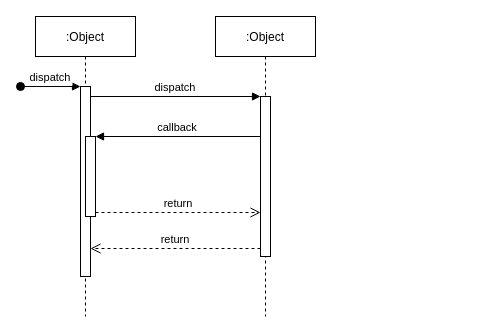
Earlier version of the draw.io diagram 未命名绘图.drawio (mawenke321/pythonTraining1). Source tidied: cells renumbered, new cells numbered last; positions are measured from the earlier drawing's top-left corner, leaving out a move shared by most shapes. Both pictures are drawn from the tidied source at 100%, with x=0, y=0 at pixel (20, 16).
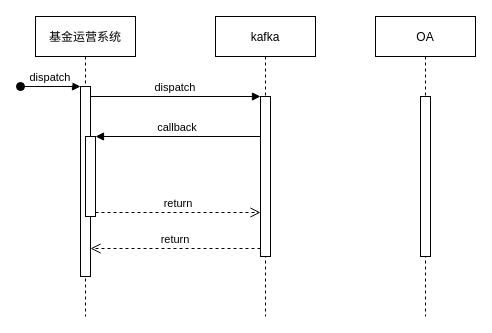
Above is the later version.

Diff of the diagram source:
```diff
@@
 <mxGraphModel>
   <root>
     <mxCell id="0" />
     <mxCell id="1" parent="0" />
-    <mxCell id="2" value=":Object" style="shape=umlLifeline;perimeter=lifelinePerimeter;rounded=0;shadow=0;strokeWidth=1;" parent="1" vertex="1">
+    <mxCell id="2" value="基金运营系统" style="shape=umlLifeline;perimeter=lifelinePerimeter;rounded=0;shadow=0;strokeWidth=1;" parent="1" vertex="1">
       <mxGeometry x="15" width="100" height="300" as="geometry" />
     </mxCell>
     <mxCell id="3" style="points=[];perimeter=orthogonalPerimeter;rounded=0;shadow=0;strokeWidth=1;" parent="2" vertex="1">
       <mxGeometry x="45" y="70" width="10" height="190" as="geometry" />
     </mxCell>
     <mxCell id="4" value="dispatch" style="verticalAlign=bottom;startArrow=oval;endArrow=block;startSize=8;shadow=0;strokeWidth=1;" parent="2" edge="1" target="3">
       <mxGeometry relative="1" as="geometry">
         <mxPoint x="-15" y="70" as="sourcePoint" />
       </mxGeometry>
     </mxCell>
     <mxCell id="5" style="points=[];perimeter=orthogonalPerimeter;rounded=0;shadow=0;strokeWidth=1;" parent="2" vertex="1">
       <mxGeometry x="50" y="120" width="10" height="80" as="geometry" />
     </mxCell>
-    <mxCell id="6" value=":Object" style="shape=umlLifeline;perimeter=lifelinePerimeter;rounded=0;shadow=0;strokeWidth=1;" parent="1" vertex="1">
+    <mxCell id="6" value="kafka" style="shape=umlLifeline;perimeter=lifelinePerimeter;rounded=0;shadow=0;strokeWidth=1;" parent="1" vertex="1">
       <mxGeometry x="195" width="100" height="300" as="geometry" />
     </mxCell>
     <mxCell id="7" style="points=[];perimeter=orthogonalPerimeter;rounded=0;shadow=0;strokeWidth=1;" parent="6" vertex="1">
       <mxGeometry x="45" y="80" width="10" height="160" as="geometry" />
     </mxCell>
     <mxCell id="8" value="return" style="verticalAlign=bottom;endArrow=open;dashed=1;endSize=8;exitX=0;exitY=0.95;shadow=0;strokeWidth=1;" parent="1" edge="1" source="7" target="3">
       <mxGeometry relative="1" as="geometry" />
     </mxCell>
     <mxCell id="9" value="dispatch" style="verticalAlign=bottom;endArrow=block;entryX=0;entryY=0;shadow=0;strokeWidth=1;" parent="1" edge="1" source="3" target="7">
       <mxGeometry relative="1" as="geometry" />
     </mxCell>
     <mxCell id="10" value="callback" style="verticalAlign=bottom;endArrow=block;entryX=1;entryY=0;shadow=0;strokeWidth=1;" parent="1" edge="1" source="7" target="5">
       <mxGeometry relative="1" as="geometry" />
     </mxCell>
     <mxCell id="11" value="return" style="verticalAlign=bottom;endArrow=open;dashed=1;endSize=8;exitX=1;exitY=0.95;shadow=0;strokeWidth=1;" parent="1" edge="1" source="5" target="7">
       <mxGeometry relative="1" as="geometry" />
     </mxCell>
+    <mxCell id="12" value="OA" style="shape=umlLifeline;perimeter=lifelinePerimeter;rounded=0;shadow=0;strokeWidth=1;" parent="1" vertex="1">
+      <mxGeometry x="355" width="100" height="300" as="geometry" />
+    </mxCell>
+    <mxCell id="13" style="perimeter=orthogonalPerimeter;rounded=0;shadow=0;strokeWidth=1;" parent="12" vertex="1">
+      <mxGeometry x="45" y="80" width="10" height="160" as="geometry" />
+    </mxCell>
   </root>
 </mxGraphModel>
```
